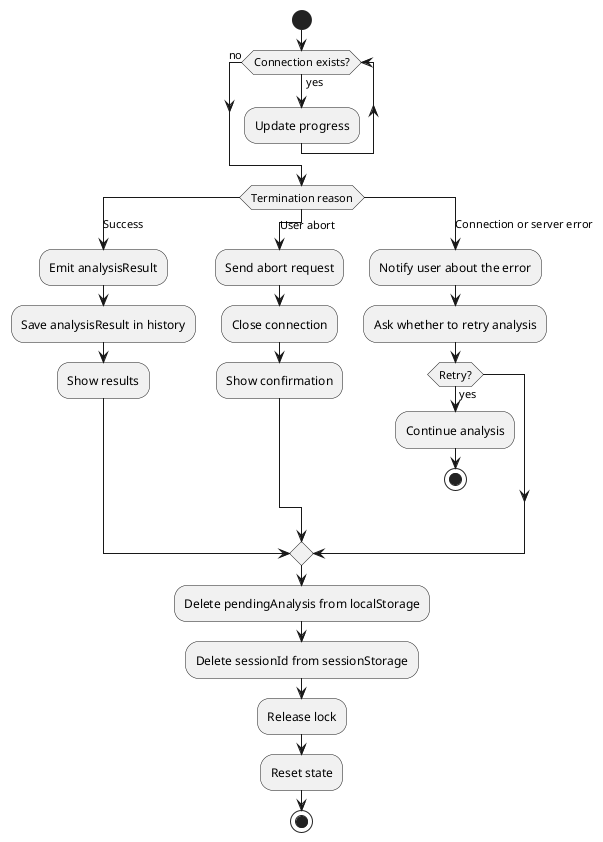
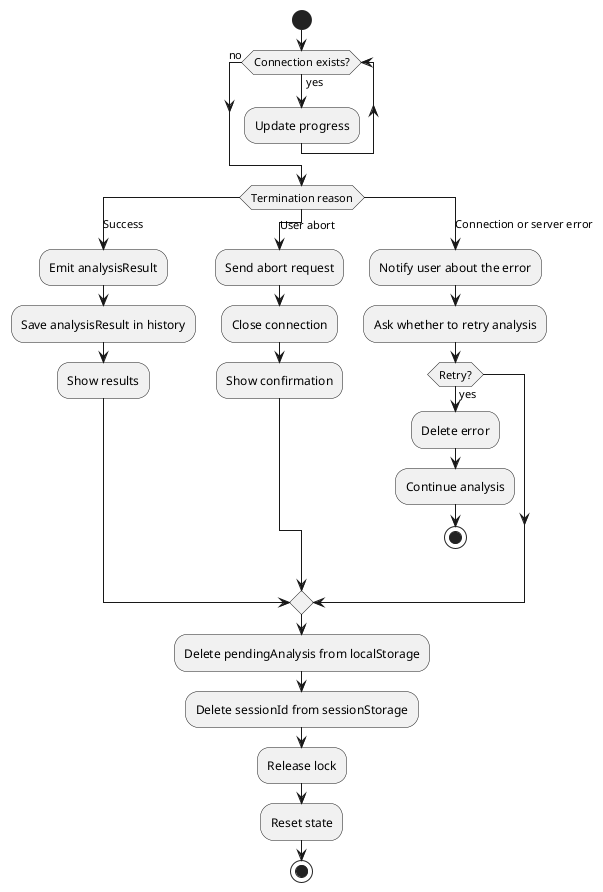
@startuml Continue Analysis

start

while (Connection exists?) is (yes)
    :Update progress;
endwhile (no)

switch (Termination reason)

case (Success)
    :Emit analysisResult;
    :Save analysisResult in history;
    :Show results;

case (User abort)
    :Send abort request;
    :Close connection;
    :Show confirmation;

case (Connection or server error)
    :Notify user about the error;
    :Ask whether to retry analysis;

    if (Retry?) then (yes)
+        :Delete error;
       :Continue analysis;
       stop
    endif

endswitch

:Delete pendingAnalysis from localStorage;
:Delete sessionId from sessionStorage;
:Release lock;
:Reset state;
stop

@enduml